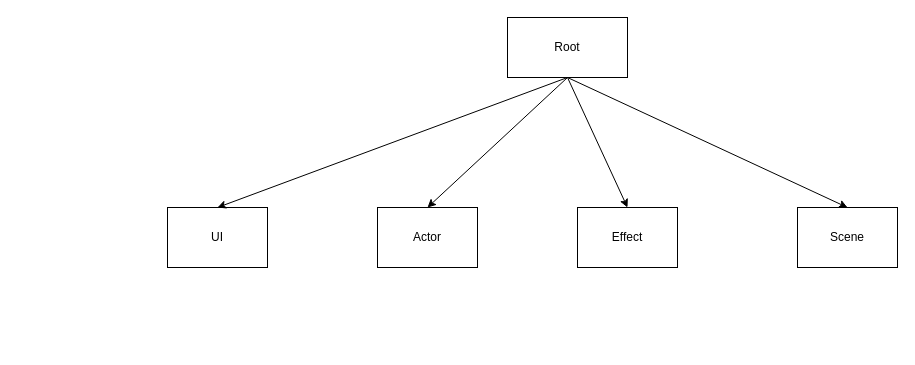
Earlier version of the draw.io diagram bundle.drawio (houxuanfelix/MySelfCode). Source tidied: cells renumbered, new cells numbered last; positions are measured from the earlier drawing's top-left corner, leaving out a move shared by most shapes. Both pictures are drawn from the tidied source at 100%, with x=0, y=0 at pixel (167, 17).
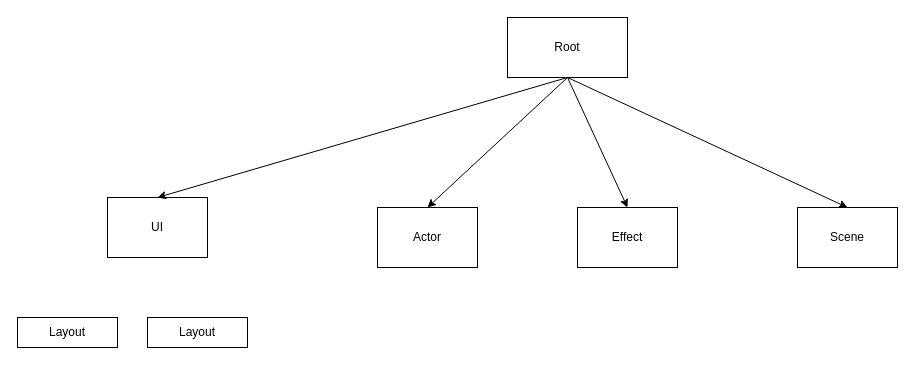
After the change.

What changed in the source:
```diff
@@
 <mxGraphModel>
   <root>
     <mxCell id="0" />
     <mxCell id="1" parent="0" />
     <mxCell id="2" value="UI" style="whiteSpace=wrap;html=1;align=center;verticalAlign=middle;" parent="1" vertex="1">
-      <mxGeometry y="190" width="100" height="60" as="geometry" />
+      <mxGeometry x="-60" y="180" width="100" height="60" as="geometry" />
     </mxCell>
     <mxCell id="3" value="Effect" style="whiteSpace=wrap;html=1;align=center;verticalAlign=middle;" parent="1" vertex="1">
       <mxGeometry x="410" y="190" width="100" height="60" as="geometry" />
     </mxCell>
     <mxCell id="4" value="Root" style="whiteSpace=wrap;html=1;align=center;verticalAlign=middle;" parent="1" vertex="1">
       <mxGeometry x="340" width="120" height="60" as="geometry" />
     </mxCell>
     <mxCell id="5" value="Actor" style="whiteSpace=wrap;html=1;align=center;verticalAlign=middle;" parent="1" vertex="1">
       <mxGeometry x="210" y="190" width="100" height="60" as="geometry" />
     </mxCell>
     <mxCell id="6" style="endArrow=classic;html=1;exitX=0.5;exitY=1;exitDx=0;exitDy=0;entryX=0.5;entryY=0;entryDx=0;entryDy=0;" parent="1" edge="1" source="4" target="2">
       <mxGeometry relative="1" as="geometry" />
     </mxCell>
     <mxCell id="7" style="endArrow=classic;html=1;exitX=0.5;exitY=1;exitDx=0;exitDy=0;entryX=0.5;entryY=0;entryDx=0;entryDy=0;" parent="1" edge="1" source="4" target="5">
       <mxGeometry relative="1" as="geometry" />
     </mxCell>
     <mxCell id="8" value="Scene" style="whiteSpace=wrap;html=1;align=center;verticalAlign=middle;" parent="1" vertex="1">
       <mxGeometry x="630" y="190" width="100" height="60" as="geometry" />
     </mxCell>
     <mxCell id="9" style="endArrow=classic;html=1;exitX=0.5;exitY=1;exitDx=0;exitDy=0;entryX=0.5;entryY=0;entryDx=0;entryDy=0;" parent="1" edge="1" source="4" target="3">
       <mxGeometry relative="1" as="geometry" />
     </mxCell>
     <mxCell id="10" style="endArrow=classic;html=1;exitX=0.5;exitY=1;exitDx=0;exitDy=0;entryX=0.5;entryY=0;entryDx=0;entryDy=0;" parent="1" edge="1" source="4" target="8">
       <mxGeometry relative="1" as="geometry" />
     </mxCell>
+    <mxCell id="11" value="Layout" style="whiteSpace=wrap;html=1;align=center;verticalAlign=middle;" parent="1" vertex="1">
+      <mxGeometry x="-150" y="300" width="100" height="30" as="geometry" />
+    </mxCell>
+    <mxCell id="12" value="Layout" style="whiteSpace=wrap;html=1;align=center;verticalAlign=middle;" parent="1" vertex="1">
+      <mxGeometry x="-20" y="300" width="100" height="30" as="geometry" />
+    </mxCell>
   </root>
 </mxGraphModel>
```
